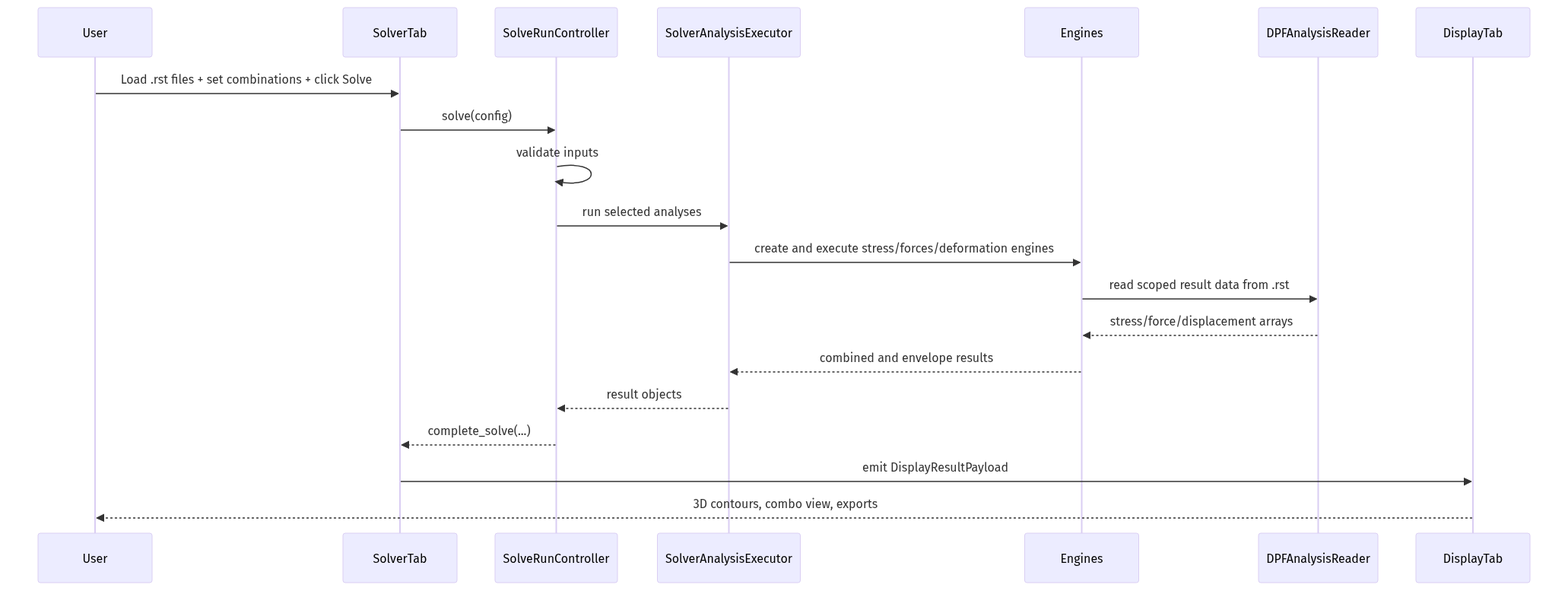
emreatay993/MARS-SC keeps this Mermaid diagram as docs/architecture_diagrams/solve_sequence.png. Above is the earlier version. Its source is kept beside it as docs/architecture_diagrams/solve_sequence.mmd.
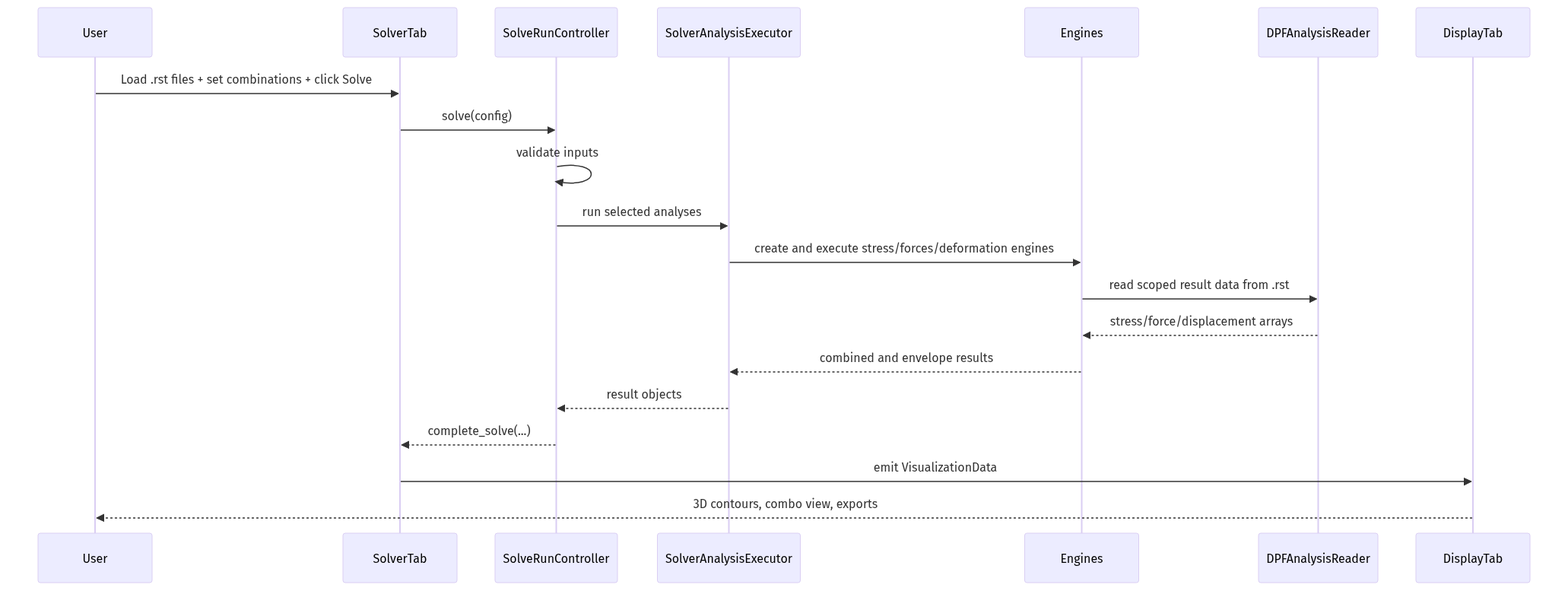
The same file after the commit.

Diff of the diagram source:
```diff
@@ -17,5 +17,5 @@
     Engines-->>SolverAnalysisExecutor: combined and envelope results
     SolverAnalysisExecutor-->>SolveRunController: result objects
     SolveRunController-->>SolverTab: complete_solve(...)
-    SolverTab->>DisplayTab: emit DisplayResultPayload
+    SolverTab->>DisplayTab: emit VisualizationData
     DisplayTab-->>User: 3D contours, combo view, exports
```
